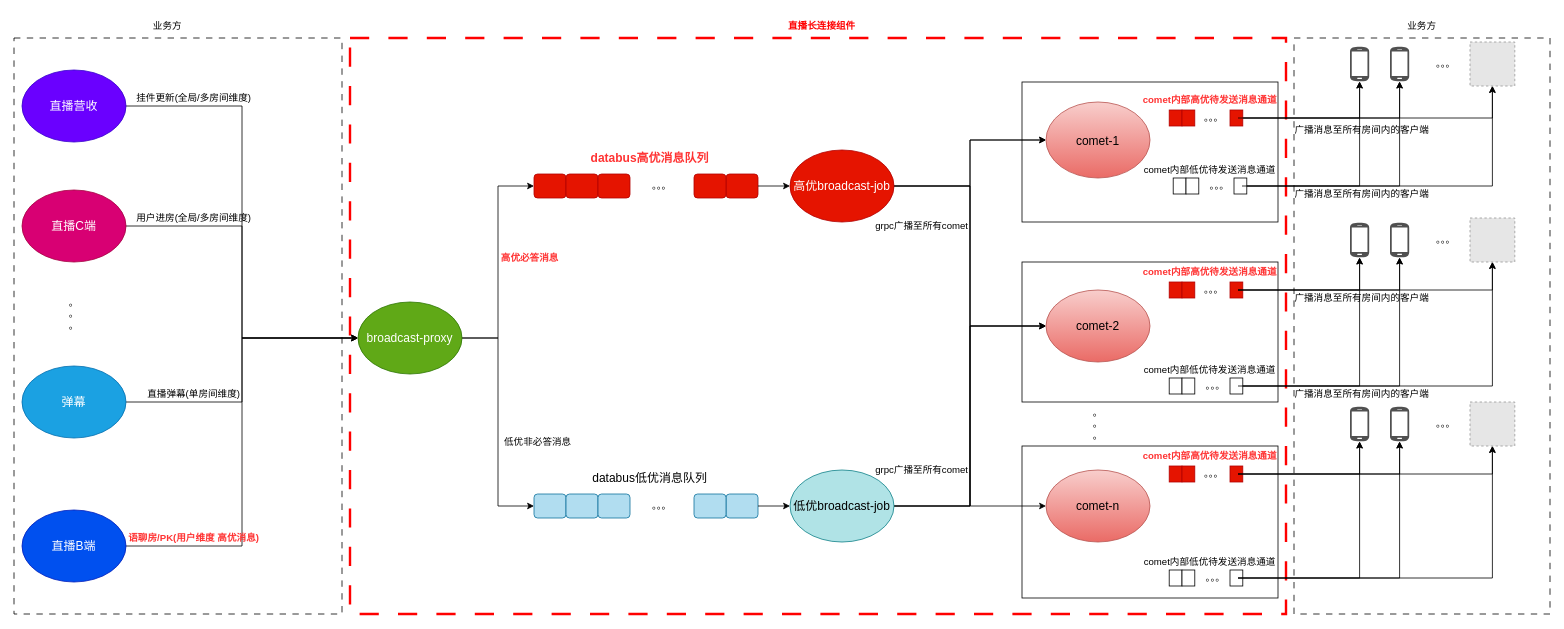
This is 直播长连接基础架构 的副本.drawio from smartcharles/tech_draw, a draw.io file, before an edit. Source tidied: cells renumbered, new cells numbered last; positions are measured from the earlier drawing's top-left corner, leaving out a move shared by most shapes. Both pictures are drawn from the tidied source at 80%, with x=0, y=0 at pixel (14, 14). Pictures stored in the file or linked from it are replaced by grey dashed boxes.
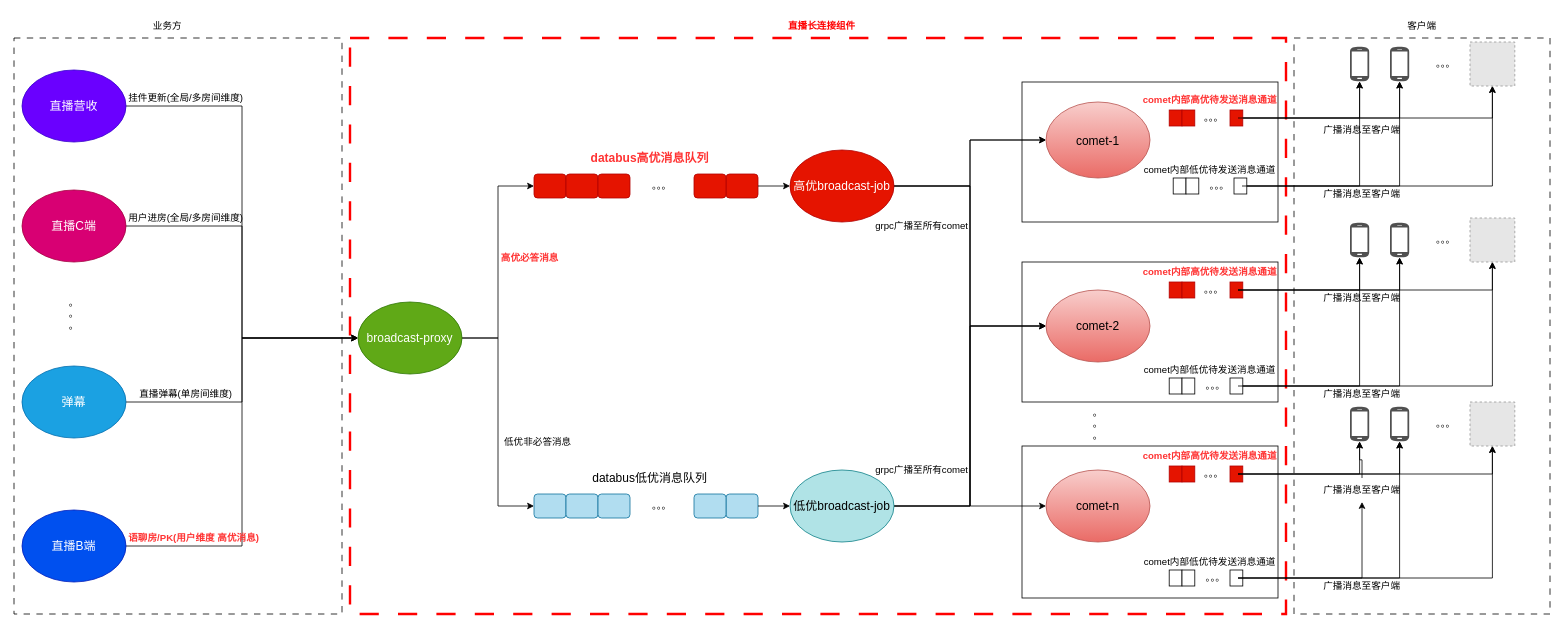
Above is the later version.

Commit message:
更新直播长连接基础架构 的副本.drawio

The change refers to these unchanged cells:
```xml
<mxCell id="47" style="sketch=0;shadow=0;dashed=0;html=1;strokeColor=none;fillColor=#505050;labelPosition=center;verticalLabelPosition=bottom;verticalAlign=top;outlineConnect=0;align=center;shape=mxgraph.office.devices.cell_phone_android_standalone;" parent="46" vertex="1">
  <mxGeometry y="5.5" width="24" height="44" as="geometry" />
</mxCell>
<mxCell id="121" value="。。。" style="text;strokeColor=none;align=center;fillColor=none;html=1;verticalAlign=middle;whiteSpace=wrap;rounded=0;" parent="117" vertex="1">
  <mxGeometry x="30" width="56" height="30" as="geometry" />
</mxCell>
```

What changed in the source:
```diff
@@
-    <mxCell id="53" value="业务方" style="text;strokeColor=none;align=center;fillColor=none;html=1;verticalAlign=middle;whiteSpace=wrap;rounded=0;" parent="1" vertex="1">
+    <mxCell id="53" value="客户端" style="text;strokeColor=none;align=center;fillColor=none;html=1;verticalAlign=middle;whiteSpace=wrap;rounded=0;" parent="1" vertex="1">
       <mxGeometry x="1730" width="60" height="30" as="geometry" />
     </mxCell>
     <mxCell id="54" value="挂件更新(全局/多房间维度)" style="text;strokeColor=none;align=center;fillColor=none;html=1;verticalAlign=middle;whiteSpace=wrap;rounded=0;fontSize=12;fontFamily=Helvetica;fontColor=default;" parent="1" vertex="1">
-      <mxGeometry x="140" y="90" width="170" height="30" as="geometry" />
+      <mxGeometry x="130" y="90" width="170" height="30" as="geometry" />
     </mxCell>
     <mxCell id="55" value="用户进房(全局/多房间维度)" style="text;strokeColor=none;align=center;fillColor=none;html=1;verticalAlign=middle;whiteSpace=wrap;rounded=0;fontSize=12;fontFamily=Helvetica;fontColor=default;" parent="1" vertex="1">
-      <mxGeometry x="140" y="240" width="170" height="30" as="geometry" />
+      <mxGeometry x="130" y="240" width="170" height="30" as="geometry" />
     </mxCell>
     <mxCell id="56" value="直播弹幕(单房间维度)" style="text;strokeColor=none;align=center;fillColor=none;html=1;verticalAlign=middle;whiteSpace=wrap;rounded=0;fontSize=12;fontFamily=Helvetica;fontColor=default;" parent="1" vertex="1">
-      <mxGeometry x="140" y="460" width="170" height="30" as="geometry" />
+      <mxGeometry x="130" y="460" width="170" height="30" as="geometry" />
     </mxCell>
@@
-    <mxCell id="59" value="广播消息至所有房间内的客户端" style="text;strokeColor=none;align=center;fillColor=none;html=1;verticalAlign=middle;whiteSpace=wrap;rounded=0;fontSize=12;fontFamily=Helvetica;fontColor=default;" parent="1" vertex="1">
+    <mxCell id="59" value="广播消息至客户端" style="text;strokeColor=none;align=center;fillColor=none;html=1;verticalAlign=middle;whiteSpace=wrap;rounded=0;fontSize=12;fontFamily=Helvetica;fontColor=default;" parent="1" vertex="1">
       <mxGeometry x="1600" y="130" width="170" height="30" as="geometry" />
     </mxCell>
@@
-    <mxCell id="133" style="edgeStyle=orthogonalEdgeStyle;rounded=0;jettySize=auto;html=1;" parent="1" edge="1" source="121" target="47">
+    <mxCell id="133" style="edgeStyle=orthogonalEdgeStyle;rounded=0;jettySize=auto;html=1;" parent="1" edge="1" source="143" target="47">
       <mxGeometry relative="1" as="geometry" />
     </mxCell>
@@
-    <mxCell id="136" value="广播消息至所有房间内的客户端" style="text;strokeColor=none;align=center;fillColor=none;html=1;verticalAlign=middle;whiteSpace=wrap;rounded=0;fontSize=12;fontFamily=Helvetica;fontColor=default;" parent="1" vertex="1">
+    <mxCell id="136" value="广播消息至客户端" style="text;strokeColor=none;align=center;fillColor=none;html=1;verticalAlign=middle;whiteSpace=wrap;rounded=0;fontSize=12;fontFamily=Helvetica;fontColor=default;" parent="1" vertex="1">
       <mxGeometry x="1600" y="210" width="170" height="30" as="geometry" />
     </mxCell>
-    <mxCell id="137" value="广播消息至所有房间内的客户端" style="text;strokeColor=none;align=center;fillColor=none;html=1;verticalAlign=middle;whiteSpace=wrap;rounded=0;fontSize=12;fontFamily=Helvetica;fontColor=default;" parent="1" vertex="1">
+    <mxCell id="137" value="广播消息至客户端" style="text;strokeColor=none;align=center;fillColor=none;html=1;verticalAlign=middle;whiteSpace=wrap;rounded=0;fontSize=12;fontFamily=Helvetica;fontColor=default;" parent="1" vertex="1">
       <mxGeometry x="1600" y="340" width="170" height="30" as="geometry" />
     </mxCell>
-    <mxCell id="138" value="广播消息至所有房间内的客户端" style="text;strokeColor=none;align=center;fillColor=none;html=1;verticalAlign=middle;whiteSpace=wrap;rounded=0;fontSize=12;fontFamily=Helvetica;fontColor=default;" parent="1" vertex="1">
+    <mxCell id="138" value="广播消息至客户端" style="text;strokeColor=none;align=center;fillColor=none;html=1;verticalAlign=middle;whiteSpace=wrap;rounded=0;fontSize=12;fontFamily=Helvetica;fontColor=default;" parent="1" vertex="1">
       <mxGeometry x="1600" y="460" width="170" height="30" as="geometry" />
     </mxCell>
@@
+    <mxCell id="142" style="edgeStyle=orthogonalEdgeStyle;rounded=0;jettySize=auto;html=1;" parent="1" edge="1" source="121" target="143">
+      <mxGeometry relative="1" as="geometry" />
+    </mxCell>
+    <mxCell id="143" value="广播消息至客户端" style="text;strokeColor=none;align=center;fillColor=none;html=1;verticalAlign=middle;whiteSpace=wrap;rounded=0;fontSize=12;fontFamily=Helvetica;fontColor=default;" parent="1" vertex="1">
+      <mxGeometry x="1600" y="580" width="170" height="30" as="geometry" />
+    </mxCell>
+    <mxCell id="144" value="广播消息至客户端" style="text;strokeColor=none;align=center;fillColor=none;html=1;verticalAlign=middle;whiteSpace=wrap;rounded=0;fontSize=12;fontFamily=Helvetica;fontColor=default;" parent="1" vertex="1">
+      <mxGeometry x="1600" y="700" width="170" height="30" as="geometry" />
+    </mxCell>
```
